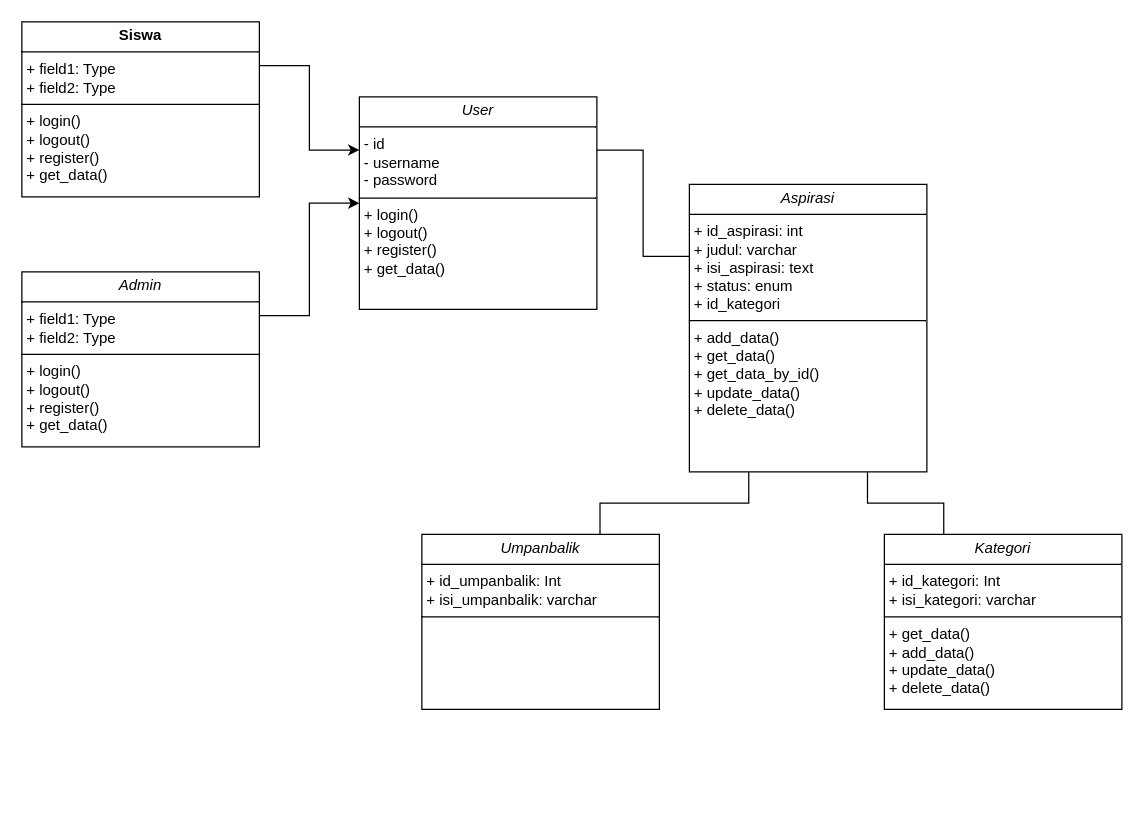
The draw.io diagram page "Class diagram" (23 of 23) of UKK-main/Laporan/UKK_putra_rizkykha_XII_RPL_2.drawio in reinnd/UKK, before the edit. Source tidied: cells renumbered, new cells numbered last; positions are measured from the earlier drawing's top-left corner, leaving out a move shared by most shapes. Both pictures are drawn from the tidied source at 125%, with x=0, y=0 at pixel (21, 21).
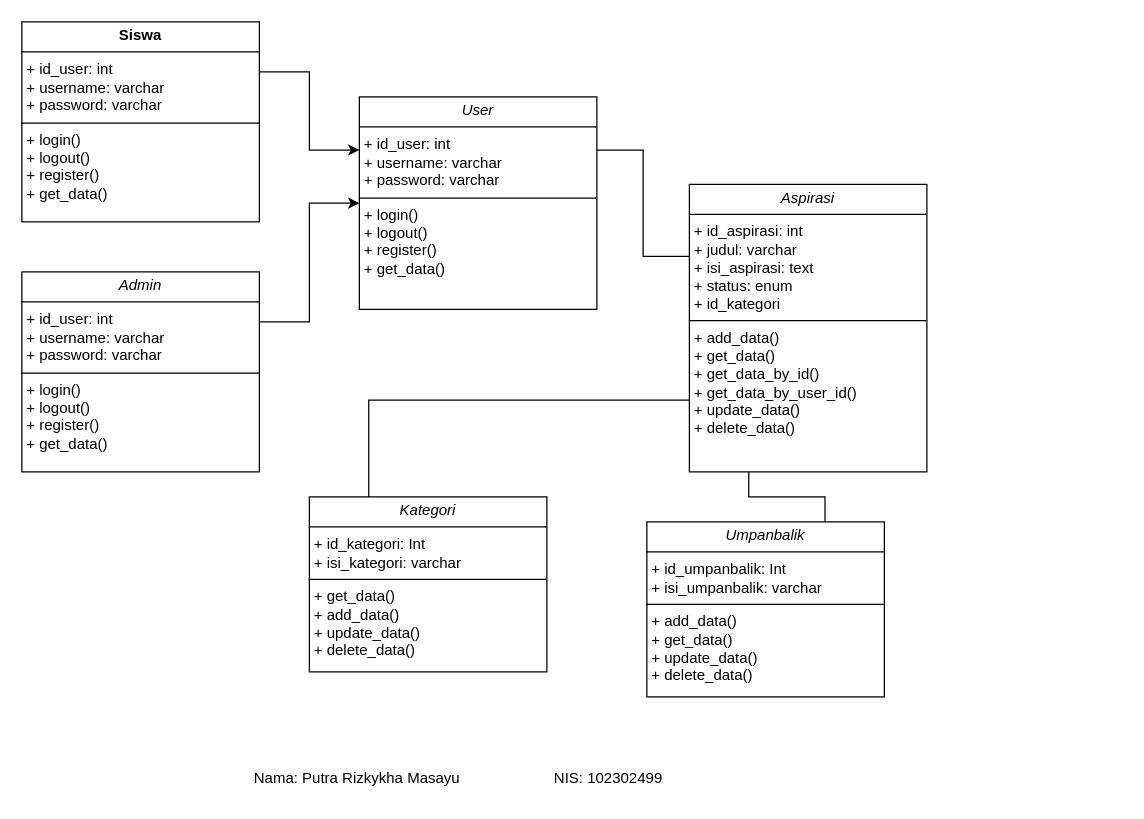
The same page after the edit.

Diff of the diagram source:
```diff
@@
 <mxGraphModel>
   <root>
     <mxCell id="0" />
     <mxCell id="1" parent="0" />
     <mxCell id="2" style="edgeStyle=orthogonalEdgeStyle;rounded=0;jettySize=auto;html=1;exitX=1;exitY=0.25;exitDx=0;exitDy=0;entryX=0;entryY=0.25;entryDx=0;entryDy=0;endArrow=none;" parent="1" edge="1" source="3" target="4">
       <mxGeometry relative="1" as="geometry" />
     </mxCell>
-    <mxCell id="3" value="&lt;p style=&quot;margin:0px;margin-top:4px;text-align:center;&quot;&gt;&lt;i&gt;User&lt;/i&gt;&lt;/p&gt;&lt;hr size=&quot;1&quot; style=&quot;border-style:solid;&quot;&gt;&lt;p style=&quot;margin:0px;margin-left:4px;&quot;&gt;- id&lt;/p&gt;&lt;p style=&quot;margin:0px;margin-left:4px;&quot;&gt;- username&lt;/p&gt;&lt;p style=&quot;margin:0px;margin-left:4px;&quot;&gt;- password&lt;/p&gt;&lt;hr size=&quot;1&quot; style=&quot;border-style:solid;&quot;&gt;&lt;p style=&quot;margin:0px;margin-left:4px;&quot;&gt;+ login()&lt;br&gt;+ logout()&lt;/p&gt;&lt;p style=&quot;margin:0px;margin-left:4px;&quot;&gt;+ register()&lt;/p&gt;&lt;p style=&quot;margin:0px;margin-left:4px;&quot;&gt;+ get_data()&lt;/p&gt;" style="verticalAlign=top;align=left;overflow=fill;html=1;whiteSpace=wrap;" parent="1" vertex="1">
+    <mxCell id="3" value="&lt;p style=&quot;margin:0px;margin-top:4px;text-align:center;&quot;&gt;&lt;i&gt;User&lt;/i&gt;&lt;/p&gt;&lt;hr size=&quot;1&quot; style=&quot;border-style:solid;&quot;&gt;&lt;p style=&quot;margin: 0px 0px 0px 4px;&quot;&gt;&lt;span style=&quot;background-color: transparent; color: light-dark(rgb(0, 0, 0), rgb(255, 255, 255));&quot;&gt;+ id_user: int&lt;/span&gt;&lt;/p&gt;&lt;p style=&quot;margin: 0px 0px 0px 4px;&quot;&gt;+ username: varchar&lt;/p&gt;&lt;p style=&quot;margin: 0px 0px 0px 4px;&quot;&gt;+ password: varchar&lt;/p&gt;&lt;hr size=&quot;1&quot; style=&quot;border-style:solid;&quot;&gt;&lt;p style=&quot;margin:0px;margin-left:4px;&quot;&gt;+ login()&lt;br&gt;+ logout()&lt;/p&gt;&lt;p style=&quot;margin:0px;margin-left:4px;&quot;&gt;+ register()&lt;/p&gt;&lt;p style=&quot;margin:0px;margin-left:4px;&quot;&gt;+ get_data()&lt;/p&gt;" style="verticalAlign=top;align=left;overflow=fill;html=1;whiteSpace=wrap;" parent="1" vertex="1">
       <mxGeometry x="270" y="60" width="190" height="170" as="geometry" />
     </mxCell>
-    <mxCell id="4" value="&lt;p style=&quot;margin:0px;margin-top:4px;text-align:center;&quot;&gt;&lt;i&gt;Aspirasi&lt;/i&gt;&lt;/p&gt;&lt;hr size=&quot;1&quot; style=&quot;border-style:solid;&quot;&gt;&lt;p style=&quot;margin:0px;margin-left:4px;&quot;&gt;+ id_aspirasi: int&lt;br&gt;+ judul: varchar&lt;/p&gt;&lt;p style=&quot;margin:0px;margin-left:4px;&quot;&gt;+ isi_aspirasi: text&lt;/p&gt;&lt;p style=&quot;margin:0px;margin-left:4px;&quot;&gt;+ status: enum&lt;/p&gt;&lt;p style=&quot;margin:0px;margin-left:4px;&quot;&gt;+ id_kategori&lt;/p&gt;&lt;hr size=&quot;1&quot; style=&quot;border-style:solid;&quot;&gt;&lt;p style=&quot;margin:0px;margin-left:4px;&quot;&gt;+ add_data()&lt;br&gt;+ get_data()&lt;/p&gt;&lt;p style=&quot;margin:0px;margin-left:4px;&quot;&gt;+ get_data_by_id()&lt;/p&gt;&lt;p style=&quot;margin:0px;margin-left:4px;&quot;&gt;+ update_data()&lt;/p&gt;&lt;p style=&quot;margin:0px;margin-left:4px;&quot;&gt;+ delete_data()&lt;/p&gt;" style="verticalAlign=top;align=left;overflow=fill;html=1;whiteSpace=wrap;" parent="1" vertex="1">
+    <mxCell id="4" value="&lt;p style=&quot;margin:0px;margin-top:4px;text-align:center;&quot;&gt;&lt;i&gt;Aspirasi&lt;/i&gt;&lt;/p&gt;&lt;hr size=&quot;1&quot; style=&quot;border-style:solid;&quot;&gt;&lt;p style=&quot;margin:0px;margin-left:4px;&quot;&gt;+ id_aspirasi: int&lt;br&gt;+ judul: varchar&lt;/p&gt;&lt;p style=&quot;margin:0px;margin-left:4px;&quot;&gt;+ isi_aspirasi: text&lt;/p&gt;&lt;p style=&quot;margin:0px;margin-left:4px;&quot;&gt;+ status: enum&lt;/p&gt;&lt;p style=&quot;margin:0px;margin-left:4px;&quot;&gt;+ id_kategori&lt;/p&gt;&lt;hr size=&quot;1&quot; style=&quot;border-style:solid;&quot;&gt;&lt;p style=&quot;margin:0px;margin-left:4px;&quot;&gt;+ add_data()&lt;br&gt;+ get_data()&lt;/p&gt;&lt;p style=&quot;margin:0px;margin-left:4px;&quot;&gt;+ get_data_by_id()&lt;/p&gt;&lt;p style=&quot;margin:0px;margin-left:4px;&quot;&gt;+ get_data_by_user_id()&lt;/p&gt;&lt;p style=&quot;margin:0px;margin-left:4px;&quot;&gt;+ update_data()&lt;/p&gt;&lt;p style=&quot;margin:0px;margin-left:4px;&quot;&gt;+ delete_data()&lt;/p&gt;" style="verticalAlign=top;align=left;overflow=fill;html=1;whiteSpace=wrap;" parent="1" vertex="1">
       <mxGeometry x="534" y="130" width="190" height="230" as="geometry" />
     </mxCell>
     <mxCell id="5" style="edgeStyle=orthogonalEdgeStyle;rounded=0;jettySize=auto;html=1;exitX=0.75;exitY=0;exitDx=0;exitDy=0;entryX=0.25;entryY=1;entryDx=0;entryDy=0;endArrow=none;" parent="1" edge="1" source="6" target="4">
       <mxGeometry relative="1" as="geometry" />
     </mxCell>
-    <mxCell id="6" value="&lt;p style=&quot;margin:0px;margin-top:4px;text-align:center;&quot;&gt;&lt;i&gt;Umpanbalik&lt;/i&gt;&lt;/p&gt;&lt;hr size=&quot;1&quot; style=&quot;border-style:solid;&quot;&gt;&lt;p style=&quot;margin:0px;margin-left:4px;&quot;&gt;+ id_umpanbalik: Int&lt;br&gt;+ isi_umpanbalik: varchar&lt;/p&gt;&lt;hr size=&quot;1&quot; style=&quot;border-style:solid;&quot;&gt;&lt;p style=&quot;margin:0px;margin-left:4px;&quot;&gt;&lt;br&gt;&lt;/p&gt;" style="verticalAlign=top;align=left;overflow=fill;html=1;whiteSpace=wrap;" parent="1" vertex="1">
-      <mxGeometry x="320" y="410" width="190" height="140" as="geometry" />
+    <mxCell id="6" value="&lt;p style=&quot;margin:0px;margin-top:4px;text-align:center;&quot;&gt;&lt;i&gt;Umpanbalik&lt;/i&gt;&lt;/p&gt;&lt;hr size=&quot;1&quot; style=&quot;border-style:solid;&quot;&gt;&lt;p style=&quot;margin:0px;margin-left:4px;&quot;&gt;+ id_umpanbalik: Int&lt;br&gt;+ isi_umpanbalik: varchar&lt;/p&gt;&lt;hr size=&quot;1&quot; style=&quot;border-style:solid;&quot;&gt;&lt;p style=&quot;margin:0px;margin-left:4px;&quot;&gt;+ add_data()&lt;/p&gt;&lt;p style=&quot;margin:0px;margin-left:4px;&quot;&gt;+ get_data()&lt;/p&gt;&lt;p style=&quot;margin:0px;margin-left:4px;&quot;&gt;+ update_data()&lt;/p&gt;&lt;p style=&quot;margin:0px;margin-left:4px;&quot;&gt;+ delete_data()&lt;/p&gt;" style="verticalAlign=top;align=left;overflow=fill;html=1;whiteSpace=wrap;" parent="1" vertex="1">
+      <mxGeometry x="500" y="400" width="190" height="140" as="geometry" />
     </mxCell>
-    <mxCell id="7" style="edgeStyle=orthogonalEdgeStyle;rounded=0;jettySize=auto;html=1;exitX=0.25;exitY=0;exitDx=0;exitDy=0;entryX=0.75;entryY=1;entryDx=0;entryDy=0;endArrow=none;" parent="1" edge="1" source="8" target="4">
+    <mxCell id="7" style="edgeStyle=orthogonalEdgeStyle;rounded=0;jettySize=auto;html=1;exitX=0.25;exitY=0;exitDx=0;exitDy=0;entryX=0;entryY=0.75;entryDx=0;entryDy=0;endArrow=none;" parent="1" edge="1" source="8" target="4">
       <mxGeometry relative="1" as="geometry" />
     </mxCell>
     <mxCell id="8" value="&lt;p style=&quot;margin:0px;margin-top:4px;text-align:center;&quot;&gt;&lt;i&gt;Kategori&lt;/i&gt;&lt;/p&gt;&lt;hr size=&quot;1&quot; style=&quot;border-style:solid;&quot;&gt;&lt;p style=&quot;margin:0px;margin-left:4px;&quot;&gt;+ id_kategori: Int&lt;br&gt;+ isi_kategori: varchar&lt;/p&gt;&lt;hr size=&quot;1&quot; style=&quot;border-style:solid;&quot;&gt;&lt;p style=&quot;margin:0px;margin-left:4px;&quot;&gt;+ get_data()&lt;br&gt;+ add_data()&lt;/p&gt;&lt;p style=&quot;margin:0px;margin-left:4px;&quot;&gt;+ update_data()&lt;/p&gt;&lt;p style=&quot;margin:0px;margin-left:4px;&quot;&gt;+ delete_data()&lt;/p&gt;" style="verticalAlign=top;align=left;overflow=fill;html=1;whiteSpace=wrap;" parent="1" vertex="1">
-      <mxGeometry x="690" y="410" width="190" height="140" as="geometry" />
+      <mxGeometry x="230" y="380" width="190" height="140" as="geometry" />
     </mxCell>
-    <mxCell id="9" value="&lt;p style=&quot;margin:0px;margin-top:4px;text-align:center;&quot;&gt;&lt;b&gt;Siswa&lt;/b&gt;&lt;/p&gt;&lt;hr size=&quot;1&quot; style=&quot;border-style:solid;&quot;&gt;&lt;p style=&quot;margin:0px;margin-left:4px;&quot;&gt;+ field1: Type&lt;br&gt;+ field2: Type&lt;/p&gt;&lt;hr size=&quot;1&quot; style=&quot;border-style:solid;&quot;&gt;&lt;p style=&quot;margin: 0px 0px 0px 4px;&quot;&gt;+ login()&lt;br&gt;+ logout()&lt;/p&gt;&lt;p style=&quot;margin: 0px 0px 0px 4px;&quot;&gt;+ register()&lt;/p&gt;&lt;p style=&quot;margin: 0px 0px 0px 4px;&quot;&gt;+ get_data()&lt;/p&gt;" style="verticalAlign=top;align=left;overflow=fill;html=1;whiteSpace=wrap;" parent="1" vertex="1">
-      <mxGeometry width="190" height="140" as="geometry" />
+    <mxCell id="9" value="&lt;p style=&quot;margin:0px;margin-top:4px;text-align:center;&quot;&gt;&lt;b&gt;Siswa&lt;/b&gt;&lt;/p&gt;&lt;hr size=&quot;1&quot; style=&quot;border-style:solid;&quot;&gt;&lt;p style=&quot;margin:0px;margin-left:4px;&quot;&gt;&lt;span style=&quot;background-color: transparent; color: light-dark(rgb(0, 0, 0), rgb(255, 255, 255));&quot;&gt;+ id_user: int&lt;/span&gt;&lt;/p&gt;&lt;p style=&quot;margin: 0px 0px 0px 4px;&quot;&gt;+ username: varchar&lt;/p&gt;&lt;p style=&quot;margin: 0px 0px 0px 4px;&quot;&gt;+ password: varchar&lt;/p&gt;&lt;hr size=&quot;1&quot; style=&quot;border-style:solid;&quot;&gt;&lt;p style=&quot;margin: 0px 0px 0px 4px;&quot;&gt;+ login()&lt;br&gt;+ logout()&lt;/p&gt;&lt;p style=&quot;margin: 0px 0px 0px 4px;&quot;&gt;+ register()&lt;/p&gt;&lt;p style=&quot;margin: 0px 0px 0px 4px;&quot;&gt;+ get_data()&lt;/p&gt;" style="verticalAlign=top;align=left;overflow=fill;html=1;whiteSpace=wrap;" parent="1" vertex="1">
+      <mxGeometry width="190" height="160" as="geometry" />
     </mxCell>
     <mxCell id="10" style="edgeStyle=orthogonalEdgeStyle;rounded=0;jettySize=auto;html=1;exitX=1;exitY=0.25;exitDx=0;exitDy=0;entryX=0;entryY=0.5;entryDx=0;entryDy=0;" parent="1" edge="1" source="11" target="3">
       <mxGeometry relative="1" as="geometry" />
     </mxCell>
-    <mxCell id="11" value="&lt;p style=&quot;margin:0px;margin-top:4px;text-align:center;&quot;&gt;&lt;i&gt;Admin&lt;/i&gt;&lt;/p&gt;&lt;hr size=&quot;1&quot; style=&quot;border-style:solid;&quot;&gt;&lt;p style=&quot;margin:0px;margin-left:4px;&quot;&gt;+ field1: Type&lt;br&gt;+ field2: Type&lt;/p&gt;&lt;hr size=&quot;1&quot; style=&quot;border-style:solid;&quot;&gt;&lt;p style=&quot;margin: 0px 0px 0px 4px;&quot;&gt;+ login()&lt;br&gt;+ logout()&lt;/p&gt;&lt;p style=&quot;margin: 0px 0px 0px 4px;&quot;&gt;+ register()&lt;/p&gt;&lt;p style=&quot;margin: 0px 0px 0px 4px;&quot;&gt;+ get_data()&lt;/p&gt;" style="verticalAlign=top;align=left;overflow=fill;html=1;whiteSpace=wrap;" parent="1" vertex="1">
-      <mxGeometry y="200" width="190" height="140" as="geometry" />
+    <mxCell id="11" value="&lt;p style=&quot;margin:0px;margin-top:4px;text-align:center;&quot;&gt;&lt;i&gt;Admin&lt;/i&gt;&lt;/p&gt;&lt;hr size=&quot;1&quot; style=&quot;border-style:solid;&quot;&gt;&lt;p style=&quot;margin:0px;margin-left:4px;&quot;&gt;&lt;span style=&quot;background-color: transparent; color: light-dark(rgb(0, 0, 0), rgb(255, 255, 255));&quot;&gt;+ id_user: int&lt;/span&gt;&lt;/p&gt;&lt;p style=&quot;margin: 0px 0px 0px 4px;&quot;&gt;+ username: varchar&lt;/p&gt;&lt;p style=&quot;margin: 0px 0px 0px 4px;&quot;&gt;+ password: varchar&lt;/p&gt;&lt;hr size=&quot;1&quot; style=&quot;border-style:solid;&quot;&gt;&lt;p style=&quot;margin: 0px 0px 0px 4px;&quot;&gt;+ login()&lt;br&gt;+ logout()&lt;/p&gt;&lt;p style=&quot;margin: 0px 0px 0px 4px;&quot;&gt;+ register()&lt;/p&gt;&lt;p style=&quot;margin: 0px 0px 0px 4px;&quot;&gt;+ get_data()&lt;/p&gt;" style="verticalAlign=top;align=left;overflow=fill;html=1;whiteSpace=wrap;" parent="1" vertex="1">
+      <mxGeometry y="200" width="190" height="160" as="geometry" />
     </mxCell>
     <mxCell id="12" style="edgeStyle=orthogonalEdgeStyle;rounded=0;jettySize=auto;html=1;exitX=1;exitY=0.25;exitDx=0;exitDy=0;entryX=0;entryY=0.25;entryDx=0;entryDy=0;" parent="1" edge="1" source="9" target="3">
       <mxGeometry relative="1" as="geometry" />
     </mxCell>
+    <mxCell id="13" value="Nama: Putra Rizkykha Masayu&lt;span style=&quot;white-space: pre;&quot;&gt;&#9;&lt;/span&gt;&lt;span style=&quot;white-space: pre;&quot;&gt;&#9;&lt;/span&gt;&lt;span style=&quot;white-space: pre;&quot;&gt;&#9;&lt;/span&gt;NIS: 102302499" style="text;html=1;whiteSpace=wrap;strokeColor=none;fillColor=none;align=left;verticalAlign=middle;rounded=0;" parent="1" vertex="1">
+      <mxGeometry x="184" y="590" width="350" height="30" as="geometry" />
+    </mxCell>
   </root>
 </mxGraphModel>
```
